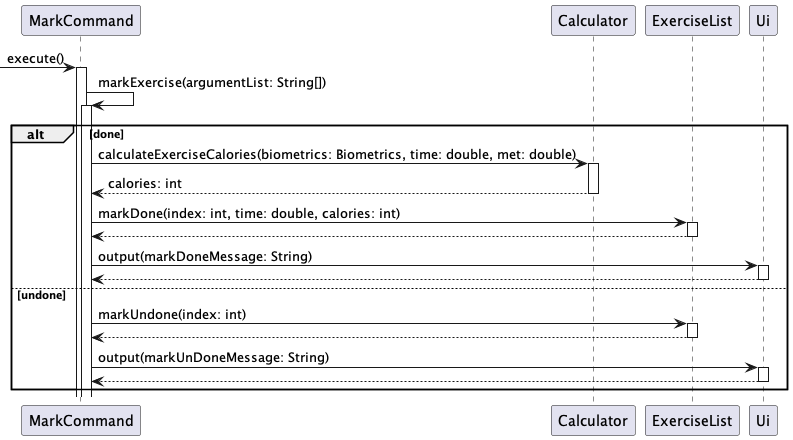
nus-cs2113-AY2223S1/tp keeps this PlantUML diagram as docs/UmlDiagrams/MarkExercise.png. Above is the earlier version.
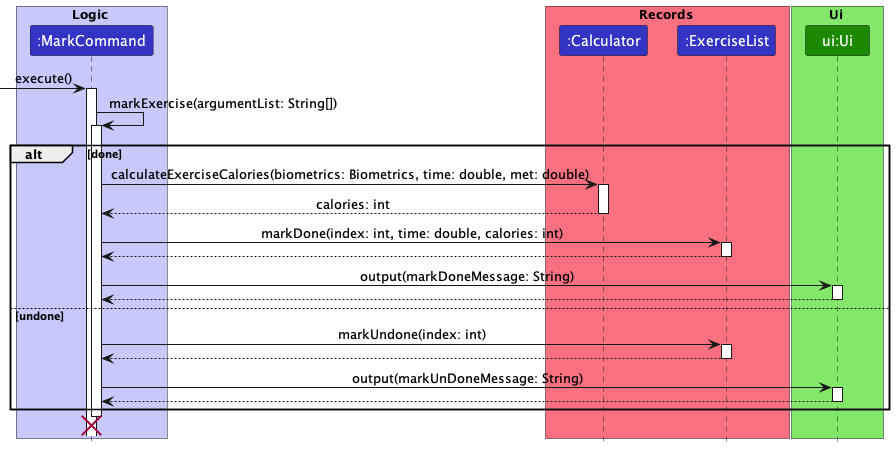
Above is the later version.

Diff of the diagram source:
```diff
@@ -1,19 +1,38 @@
 @startuml
+!include style.puml
 
--> MarkCommand++:execute()
-MarkCommand -> MarkCommand++:markExercise(argumentList: String[])
+autoActivate on
+
+box Logic LOGIC_COLOR_T1
+participant ":MarkCommand" as MarkCommand LOGIC_COLOR
+end box
+
+box Records RECORD_COLOR_T1
+participant ":Calculator" as Calculator LOGIC_COLOR
+participant ":ExerciseList" as ExerciseList LOGIC_COLOR
+end box
+
+box Ui UI_COLOR_T1
+participant "ui:Ui" as Ui UI_COLOR
+end box
+
+[-> MarkCommand : execute()
+MarkCommand -> MarkCommand : markExercise(argumentList: String[])
+
 alt done
-MarkCommand -> Calculator++:calculateExerciseCalories(biometrics: Biometrics, time: double, met: double)
+MarkCommand -> Calculator : calculateExerciseCalories(biometrics: Biometrics, time: double, met: double)
 return calories: int
-MarkCommand -> ExerciseList++:markDone(index: int, time: double, calories: int)
+MarkCommand -> ExerciseList: markDone(index: int, time: double, calories: int)
 return
-MarkCommand -> Ui++:output(markDoneMessage: String)
+MarkCommand -> Ui:output(markDoneMessage: String)
 return
 else undone
-MarkCommand -> ExerciseList++:markUndone(index: int)
+MarkCommand -> ExerciseList : markUndone(index: int)
 return
-MarkCommand -> Ui++:output(markUnDoneMessage: String)
+MarkCommand -> Ui : output(markUnDoneMessage: String)
 return
+
 end
 
+destroy MarkCommand
 @enduml
```
